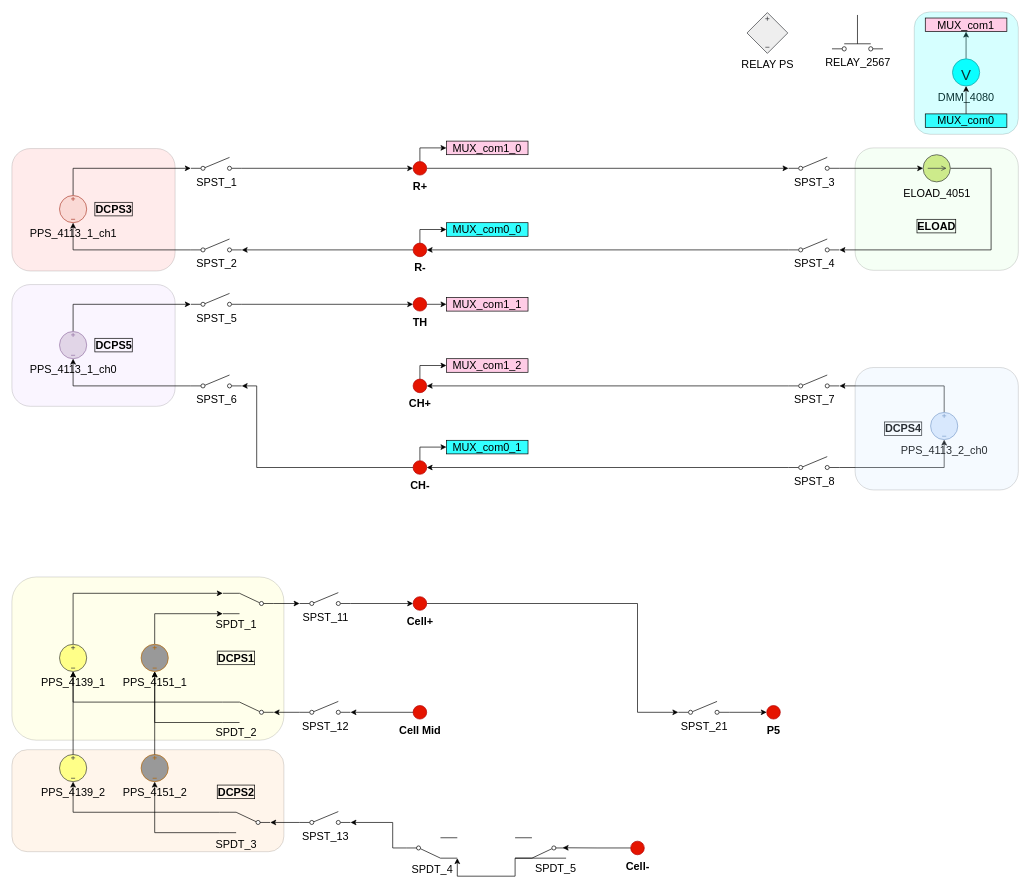
The draw.io diagram BMS_device_B_6p13.drawio in ktlim-xy/draw-io, before the edit. Source tidied: cells renumbered, new cells numbered last; positions are measured from the earlier drawing's top-left corner, leaving out a move shared by most shapes. Both pictures are drawn from the tidied source at 68%, with x=0, y=0 at pixel (12, 12).
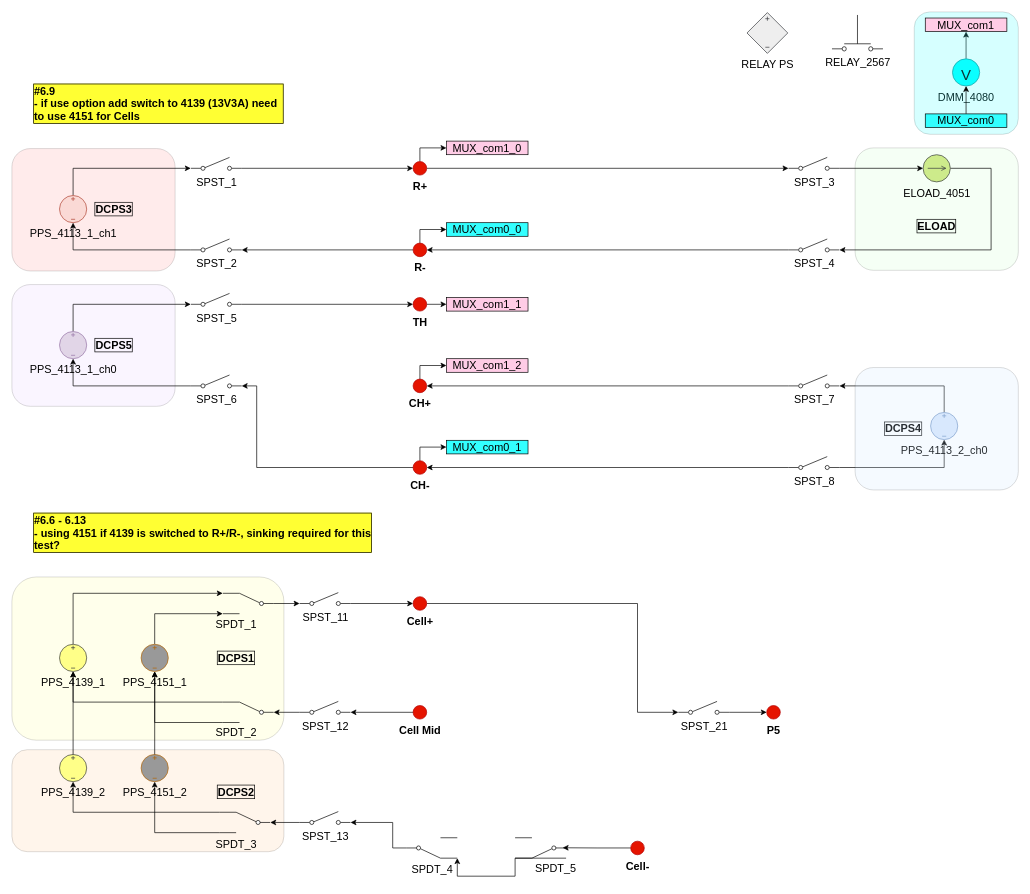
Above is the later version.

Change to the diagram source:
```diff
@@
+    <mxCell id="105" value="#6.6 - 6.13&amp;nbsp;&lt;div&gt;- using 4151 if 4139 is switched to R+/R-, sinking required for this test?&lt;/div&gt;" style="text;html=1;whiteSpace=wrap;strokeColor=none;fillColor=none;align=left;verticalAlign=middle;rounded=0;fontStyle=1;fontColor=#000000;fontSize=16;labelBorderColor=default;labelBackgroundColor=#FFFF33;" parent="1" vertex="1">
+      <mxGeometry x="30" y="751" width="500" height="30" as="geometry" />
+    </mxCell>
+    <mxCell id="106" value="#6.9&lt;div&gt;- if use option add switch to 4139 (13V3A) need to use 4151 for Cells&lt;/div&gt;" style="text;html=1;whiteSpace=wrap;strokeColor=none;fillColor=none;align=left;verticalAlign=middle;rounded=0;fontStyle=1;fontColor=#000000;fontSize=16;labelBorderColor=default;labelBackgroundColor=#FFFF33;" parent="1" vertex="1">
+      <mxGeometry x="30" y="120" width="370" height="30" as="geometry" />
+    </mxCell>
```
